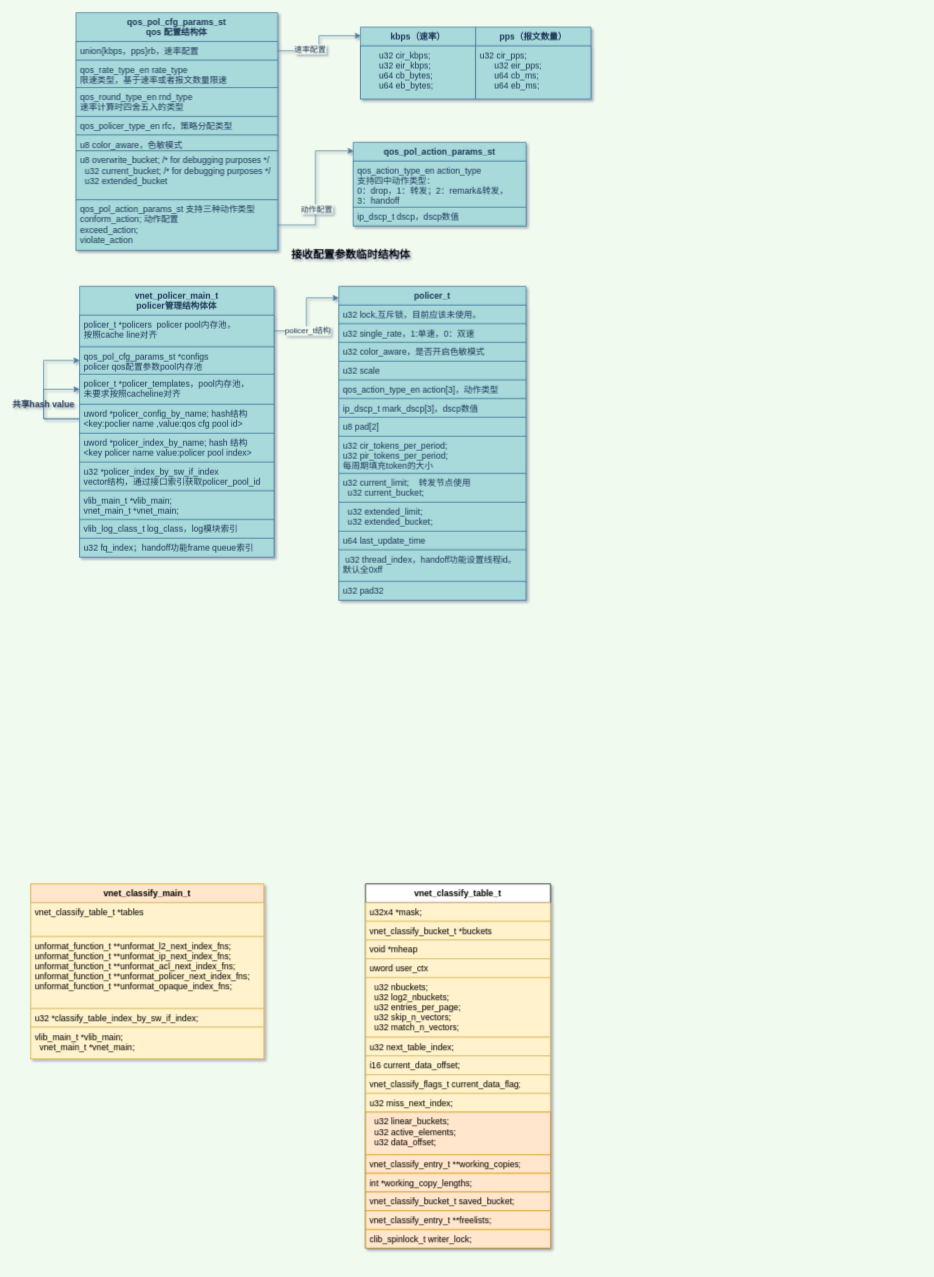
Earlier version of the draw.io diagram new_map/vpp policer.drawio (jin13417/dpdk-vpp-learning). Source tidied: cells renumbered, new cells numbered last; positions are measured from the earlier drawing's top-left corner, leaving out a move shared by most shapes. Both pictures are drawn from the tidied source at 72%, with x=0, y=0 at pixel (14, 12).
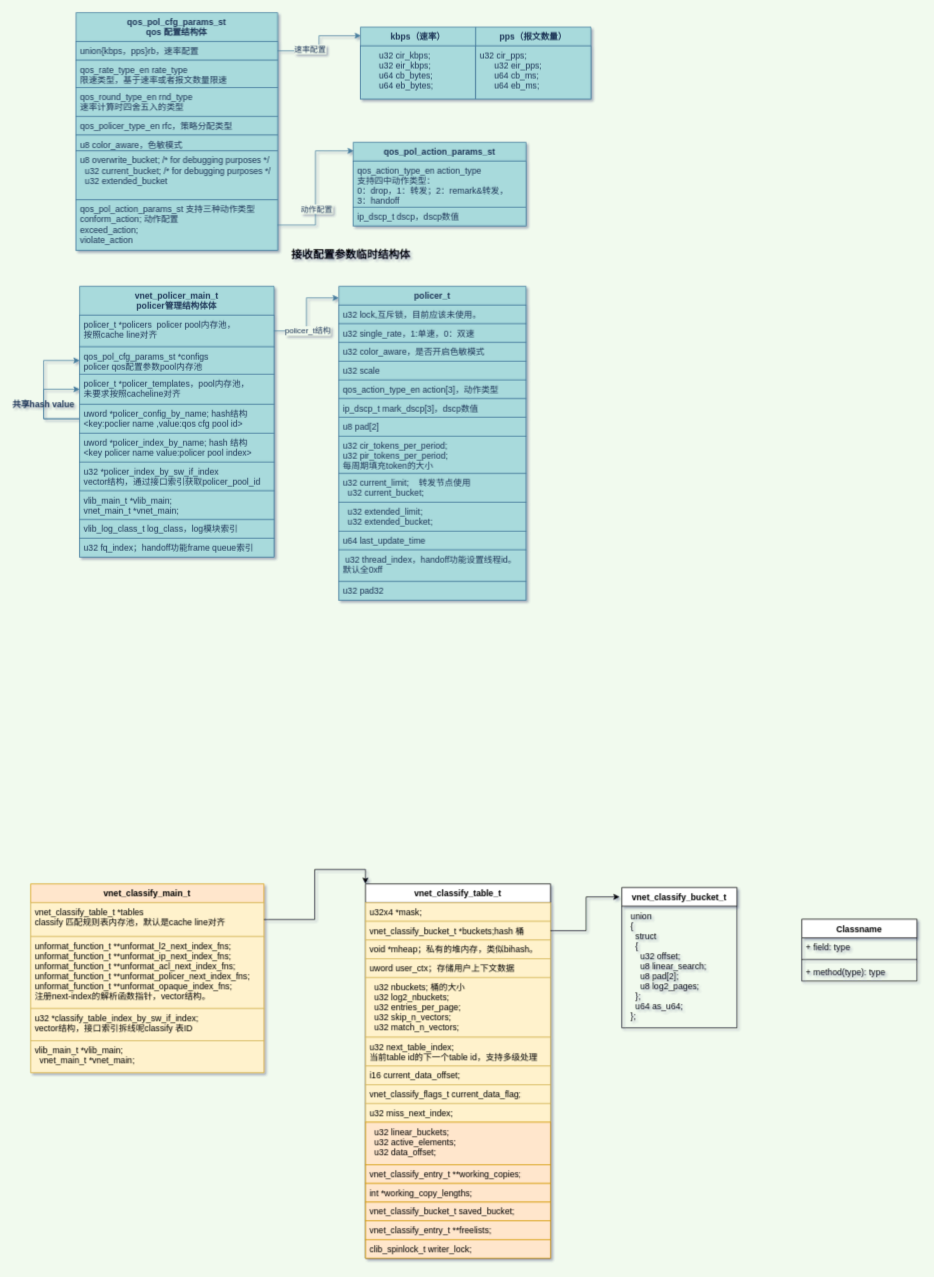
The same page after the edit.

Diff of the diagram source:
```diff
@@
     <mxCell id="51" value="vnet_classify_main_t" style="swimlane;fontStyle=1;align=center;verticalAlign=top;horizontal=1;startSize=26;fillColor=#ffe6cc;strokeColor=#d79b00;" parent="1" vertex="1">
-      <mxGeometry x="22" y="1210" width="324" height="243" as="geometry" />
+      <mxGeometry x="22" y="1210" width="324" height="262" as="geometry" />
     </mxCell>
-    <mxCell id="52" value="vnet_classify_table_t *tables&#10;" style="text;strokeColor=#d6b656;fillColor=#fff2cc;align=left;verticalAlign=top;spacingLeft=4;spacingRight=4;overflow=hidden;points=[[0,0.5],[1,0.5]];portConstraint=eastwest;" parent="51" vertex="1">
+    <mxCell id="52" value="vnet_classify_table_t *tables&#10;classify 匹配规则表内存池，默认是cache line对齐" style="text;strokeColor=#d6b656;fillColor=#fff2cc;align=left;verticalAlign=top;spacingLeft=4;spacingRight=4;overflow=hidden;points=[[0,0.5],[1,0.5]];portConstraint=eastwest;" parent="51" vertex="1">
       <mxGeometry y="26" width="324" height="47" as="geometry" />
     </mxCell>
-    <mxCell id="53" value="unformat_function_t **unformat_l2_next_index_fns;&#10;unformat_function_t **unformat_ip_next_index_fns;&#10;unformat_function_t **unformat_acl_next_index_fns;&#10;unformat_function_t **unformat_policer_next_index_fns;&#10;unformat_function_t **unformat_opaque_index_fns;" style="text;fillColor=#fff2cc;align=left;verticalAlign=top;spacingLeft=4;spacingRight=4;overflow=hidden;strokeColor=#d6b656;" parent="51" vertex="1">
+    <mxCell id="53" value="unformat_function_t **unformat_l2_next_index_fns;&#10;unformat_function_t **unformat_ip_next_index_fns;&#10;unformat_function_t **unformat_acl_next_index_fns;&#10;unformat_function_t **unformat_policer_next_index_fns;&#10;unformat_function_t **unformat_opaque_index_fns;&#10;注册next-index的解析函数指针，vector结构。" style="text;fillColor=#fff2cc;align=left;verticalAlign=top;spacingLeft=4;spacingRight=4;overflow=hidden;strokeColor=#d6b656;" parent="51" vertex="1">
       <mxGeometry y="73" width="324" height="100" as="geometry" />
     </mxCell>
-    <mxCell id="54" value="u32 *classify_table_index_by_sw_if_index;" style="text;fillColor=#fff2cc;align=left;verticalAlign=top;spacingLeft=4;spacingRight=4;overflow=hidden;strokeColor=#d6b656;" parent="51" vertex="1">
-      <mxGeometry y="173" width="324" height="26" as="geometry" />
+    <mxCell id="54" value="u32 *classify_table_index_by_sw_if_index; &#10;vector结构，接口索引拆线呢classify 表ID" style="text;fillColor=#fff2cc;align=left;verticalAlign=top;spacingLeft=4;spacingRight=4;overflow=hidden;strokeColor=#d6b656;" parent="51" vertex="1">
+      <mxGeometry y="173" width="324" height="45" as="geometry" />
     </mxCell>
     <mxCell id="55" value="vlib_main_t *vlib_main;&#10;  vnet_main_t *vnet_main;" style="text;fillColor=#fff2cc;align=left;verticalAlign=top;spacingLeft=4;spacingRight=4;overflow=hidden;strokeColor=#d6b656;" parent="51" vertex="1">
-      <mxGeometry y="199" width="324" height="44" as="geometry" />
+      <mxGeometry y="218" width="324" height="44" as="geometry" />
     </mxCell>
     <mxCell id="56" value="vnet_classify_table_t" style="swimlane;fontStyle=1;align=center;verticalAlign=top;horizontal=1;startSize=26;strokeColor=#000000;" parent="1" vertex="1">
-      <mxGeometry x="487" y="1210" width="257" height="506" as="geometry" />
+      <mxGeometry x="487" y="1210" width="257" height="520" as="geometry" />
     </mxCell>
@@
-    <mxCell id="58" value="vnet_classify_bucket_t *buckets" style="text;fillColor=#fff2cc;align=left;verticalAlign=top;spacingLeft=4;spacingRight=4;overflow=hidden;points=[[0,0.5],[1,0.5]];portConstraint=eastwest;strokeColor=#d6b656;" parent="56" vertex="1">
+    <mxCell id="58" value="vnet_classify_bucket_t *buckets;hash 桶" style="text;fillColor=#fff2cc;align=left;verticalAlign=top;spacingLeft=4;spacingRight=4;overflow=hidden;points=[[0,0.5],[1,0.5]];portConstraint=eastwest;strokeColor=#d6b656;" parent="56" vertex="1">
       <mxGeometry y="52" width="257" height="26" as="geometry" />
     </mxCell>
-    <mxCell id="59" value="void *mheap" style="text;fillColor=#fff2cc;align=left;verticalAlign=top;spacingLeft=4;spacingRight=4;overflow=hidden;strokeColor=#d6b656;" parent="56" vertex="1">
+    <mxCell id="59" value="void *mheap；私有的堆内存，类似bihash。" style="text;fillColor=#fff2cc;align=left;verticalAlign=top;spacingLeft=4;spacingRight=4;overflow=hidden;strokeColor=#d6b656;" parent="56" vertex="1">
       <mxGeometry y="78" width="257" height="26" as="geometry" />
     </mxCell>
-    <mxCell id="60" value="uword user_ctx" style="text;fillColor=#fff2cc;align=left;verticalAlign=top;spacingLeft=4;spacingRight=4;overflow=hidden;strokeColor=#d6b656;" parent="56" vertex="1">
+    <mxCell id="60" value="uword user_ctx；存储用户上下文数据" style="text;fillColor=#fff2cc;align=left;verticalAlign=top;spacingLeft=4;spacingRight=4;overflow=hidden;strokeColor=#d6b656;" parent="56" vertex="1">
       <mxGeometry y="104" width="257" height="26" as="geometry" />
     </mxCell>
-    <mxCell id="61" value="  u32 nbuckets;&#10;  u32 log2_nbuckets;&#10;  u32 entries_per_page;&#10;  u32 skip_n_vectors;&#10;  u32 match_n_vectors;" style="text;fillColor=#fff2cc;align=left;verticalAlign=top;spacingLeft=4;spacingRight=4;overflow=hidden;strokeColor=#d6b656;" parent="56" vertex="1">
+    <mxCell id="61" value="  u32 nbuckets; 桶的大小&#10;  u32 log2_nbuckets;&#10;  u32 entries_per_page;&#10;  u32 skip_n_vectors;&#10;  u32 match_n_vectors;" style="text;fillColor=#fff2cc;align=left;verticalAlign=top;spacingLeft=4;spacingRight=4;overflow=hidden;strokeColor=#d6b656;" parent="56" vertex="1">
       <mxGeometry y="130" width="257" height="83" as="geometry" />
     </mxCell>
-    <mxCell id="62" value="u32 next_table_index;" style="text;fillColor=#fff2cc;align=left;verticalAlign=top;spacingLeft=4;spacingRight=4;overflow=hidden;strokeColor=#d6b656;" parent="56" vertex="1">
-      <mxGeometry y="213" width="257" height="26" as="geometry" />
+    <mxCell id="62" value="u32 next_table_index;&#10;当前table id的下一个table id，支持多级处理&#10;" style="text;fillColor=#fff2cc;align=left;verticalAlign=top;spacingLeft=4;spacingRight=4;overflow=hidden;strokeColor=#d6b656;" parent="56" vertex="1">
+      <mxGeometry y="213" width="257" height="40" as="geometry" />
     </mxCell>
     <mxCell id="63" value="i16 current_data_offset;" style="text;fillColor=#fff2cc;align=left;verticalAlign=top;spacingLeft=4;spacingRight=4;overflow=hidden;strokeColor=#d6b656;" parent="56" vertex="1">
-      <mxGeometry y="239" width="257" height="26" as="geometry" />
+      <mxGeometry y="253" width="257" height="26" as="geometry" />
     </mxCell>
     <mxCell id="64" value="vnet_classify_flags_t current_data_flag;" style="text;fillColor=#fff2cc;align=left;verticalAlign=top;spacingLeft=4;spacingRight=4;overflow=hidden;strokeColor=#d6b656;" parent="56" vertex="1">
-      <mxGeometry y="265" width="257" height="26" as="geometry" />
+      <mxGeometry y="279" width="257" height="26" as="geometry" />
     </mxCell>
     <mxCell id="65" value="u32 miss_next_index;" style="text;fillColor=#fff2cc;align=left;verticalAlign=top;spacingLeft=4;spacingRight=4;overflow=hidden;strokeColor=#d6b656;" parent="56" vertex="1">
-      <mxGeometry y="291" width="257" height="26" as="geometry" />
+      <mxGeometry y="305" width="257" height="26" as="geometry" />
     </mxCell>
     <mxCell id="66" value="  u32 linear_buckets;&#10;  u32 active_elements;&#10;  u32 data_offset;" style="text;fillColor=#ffe6cc;align=left;verticalAlign=top;spacingLeft=4;spacingRight=4;overflow=hidden;strokeColor=#d79b00;" parent="56" vertex="1">
-      <mxGeometry y="317" width="257" height="59" as="geometry" />
+      <mxGeometry y="331" width="257" height="59" as="geometry" />
     </mxCell>
     <mxCell id="67" value="vnet_classify_entry_t **working_copies;" style="text;fillColor=#ffe6cc;align=left;verticalAlign=top;spacingLeft=4;spacingRight=4;overflow=hidden;strokeColor=#d79b00;" parent="56" vertex="1">
-      <mxGeometry y="376" width="257" height="26" as="geometry" />
+      <mxGeometry y="390" width="257" height="26" as="geometry" />
     </mxCell>
     <mxCell id="68" value="int *working_copy_lengths;" style="text;fillColor=#ffe6cc;align=left;verticalAlign=top;spacingLeft=4;spacingRight=4;overflow=hidden;strokeColor=#d79b00;" parent="56" vertex="1">
-      <mxGeometry y="402" width="257" height="26" as="geometry" />
+      <mxGeometry y="416" width="257" height="26" as="geometry" />
     </mxCell>
     <mxCell id="69" value="vnet_classify_bucket_t saved_bucket;" style="text;fillColor=#ffe6cc;align=left;verticalAlign=top;spacingLeft=4;spacingRight=4;overflow=hidden;strokeColor=#d79b00;" parent="56" vertex="1">
-      <mxGeometry y="428" width="257" height="26" as="geometry" />
+      <mxGeometry y="442" width="257" height="26" as="geometry" />
     </mxCell>
     <mxCell id="70" value="vnet_classify_entry_t **freelists;" style="text;fillColor=#ffe6cc;align=left;verticalAlign=top;spacingLeft=4;spacingRight=4;overflow=hidden;strokeColor=#d79b00;" parent="56" vertex="1">
-      <mxGeometry y="454" width="257" height="26" as="geometry" />
+      <mxGeometry y="468" width="257" height="26" as="geometry" />
     </mxCell>
     <mxCell id="71" value="clib_spinlock_t writer_lock;" style="text;fillColor=#ffe6cc;align=left;verticalAlign=top;spacingLeft=4;spacingRight=4;overflow=hidden;strokeColor=#d79b00;" parent="56" vertex="1">
-      <mxGeometry y="480" width="257" height="26" as="geometry" />
+      <mxGeometry y="494" width="257" height="26" as="geometry" />
     </mxCell>
+    <mxCell id="72" style="edgeStyle=orthogonalEdgeStyle;rounded=0;jettySize=auto;html=1;exitX=1;exitY=0.5;exitDx=0;exitDy=0;entryX=0;entryY=0;entryDx=0;entryDy=0;" parent="1" edge="1" source="52" target="56">
+      <mxGeometry relative="1" as="geometry" />
+    </mxCell>
+    <mxCell id="73" value="vnet_classify_bucket_t" style="swimlane;fontStyle=1;align=center;verticalAlign=top;horizontal=1;startSize=26;strokeColor=#000000;" parent="1" vertex="1">
+      <mxGeometry x="843" y="1215" width="160" height="195" as="geometry" />
+    </mxCell>
+    <mxCell id="74" value="  union&#10;  {&#10;    struct&#10;    {&#10;      u32 offset;&#10;      u8 linear_search;&#10;      u8 pad[2];&#10;      u8 log2_pages;&#10;    };&#10;    u64 as_u64;&#10;  };" style="text;strokeColor=none;fillColor=none;align=left;verticalAlign=top;spacingLeft=4;spacingRight=4;overflow=hidden;" parent="73" vertex="1">
+      <mxGeometry y="26" width="160" height="169" as="geometry" />
+    </mxCell>
+    <mxCell id="75" value="Classname" style="swimlane;fontStyle=1;align=center;verticalAlign=top;horizontal=1;startSize=26;strokeColor=#000000;" parent="1" vertex="1">
+      <mxGeometry x="1093" y="1259" width="160" height="86" as="geometry" />
+    </mxCell>
+    <mxCell id="76" value="+ field: type" style="text;strokeColor=none;fillColor=none;align=left;verticalAlign=top;spacingLeft=4;spacingRight=4;overflow=hidden;" parent="75" vertex="1">
+      <mxGeometry y="26" width="160" height="26" as="geometry" />
+    </mxCell>
+    <mxCell id="77" style="line;strokeWidth=1;fillColor=none;align=left;verticalAlign=middle;spacingTop=-1;spacingLeft=3;spacingRight=3;labelPosition=right;" parent="75" vertex="1">
+      <mxGeometry y="52" width="160" height="8" as="geometry" />
+    </mxCell>
+    <mxCell id="78" value="+ method(type): type" style="text;strokeColor=none;fillColor=none;align=left;verticalAlign=top;spacingLeft=4;spacingRight=4;overflow=hidden;" parent="75" vertex="1">
+      <mxGeometry y="60" width="160" height="26" as="geometry" />
+    </mxCell>
+    <mxCell id="79" style="edgeStyle=orthogonalEdgeStyle;rounded=0;jettySize=auto;html=1;exitX=1;exitY=0.5;exitDx=0;exitDy=0;entryX=-0.019;entryY=0.067;entryDx=0;entryDy=0;entryPerimeter=0;" parent="1" edge="1" source="58" target="73">
+      <mxGeometry relative="1" as="geometry" />
+    </mxCell>
```
